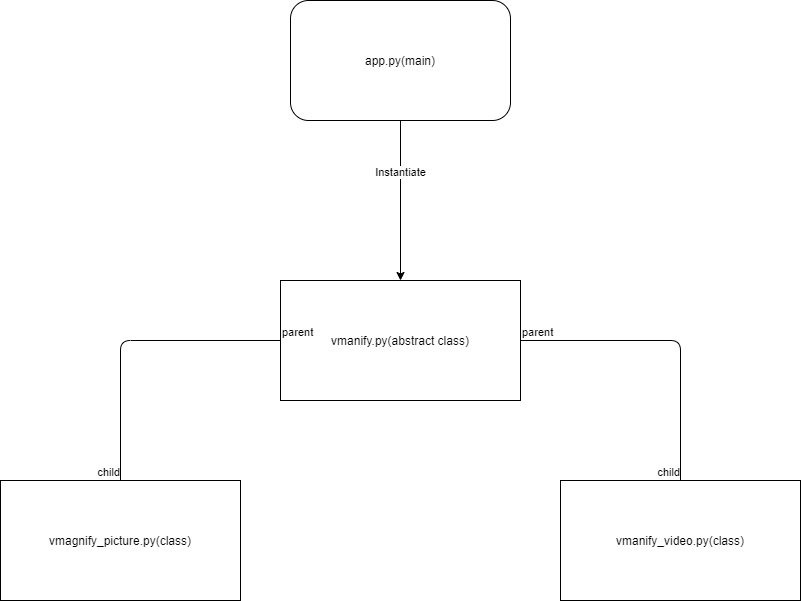
Tidinho90/VMagnify keeps this draw.io diagram as doc/Architecture/Application_Architecture.png. Above is the earlier version. Source tidied: cells renumbered, new cells last; positions are measured from the earlier drawing's top-left corner, leaving out a move shared by most shapes.
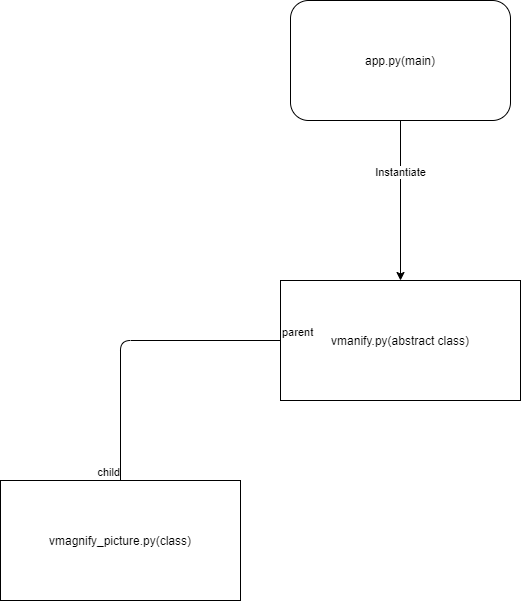
Later version of the same file.

Commit message:
Release of the application for the Code Jam.

Diff of the diagram source:
```diff
@@ -32,21 +32,5 @@
     <mxCell id="9" value="child" style="edgeLabel;html=1;align=right;verticalAlign=bottom;" parent="7" vertex="1">
       <mxGeometry x="1" relative="1" as="geometry" />
     </mxCell>
-    <mxCell id="10" value="vmanify_video.py(class)" style="rounded=0;whiteSpace=wrap;html=1;" parent="1" vertex="1">
-      <mxGeometry x="560" y="480" width="240" height="120" as="geometry" />
-    </mxCell>
-    <mxCell id="11" style="endArrow=none;html=1;edgeStyle=orthogonalEdgeStyle;exitX=1;exitY=0.5;exitDx=0;exitDy=0;entryX=0.5;entryY=0;entryDx=0;entryDy=0;" parent="1" edge="1" source="4" target="10">
-      <mxGeometry relative="1" as="geometry">
-        <Array as="points">
-          <mxPoint x="680" y="340" />
-        </Array>
-      </mxGeometry>
-    </mxCell>
-    <mxCell id="12" value="parent" style="edgeLabel;html=1;align=left;verticalAlign=bottom;" parent="11" vertex="1">
-      <mxGeometry x="-1" relative="1" as="geometry" />
-    </mxCell>
-    <mxCell id="13" value="child" style="edgeLabel;html=1;align=right;verticalAlign=bottom;" parent="11" vertex="1">
-      <mxGeometry x="1" relative="1" as="geometry" />
-    </mxCell>
   </root>
 </mxGraphModel>
```
